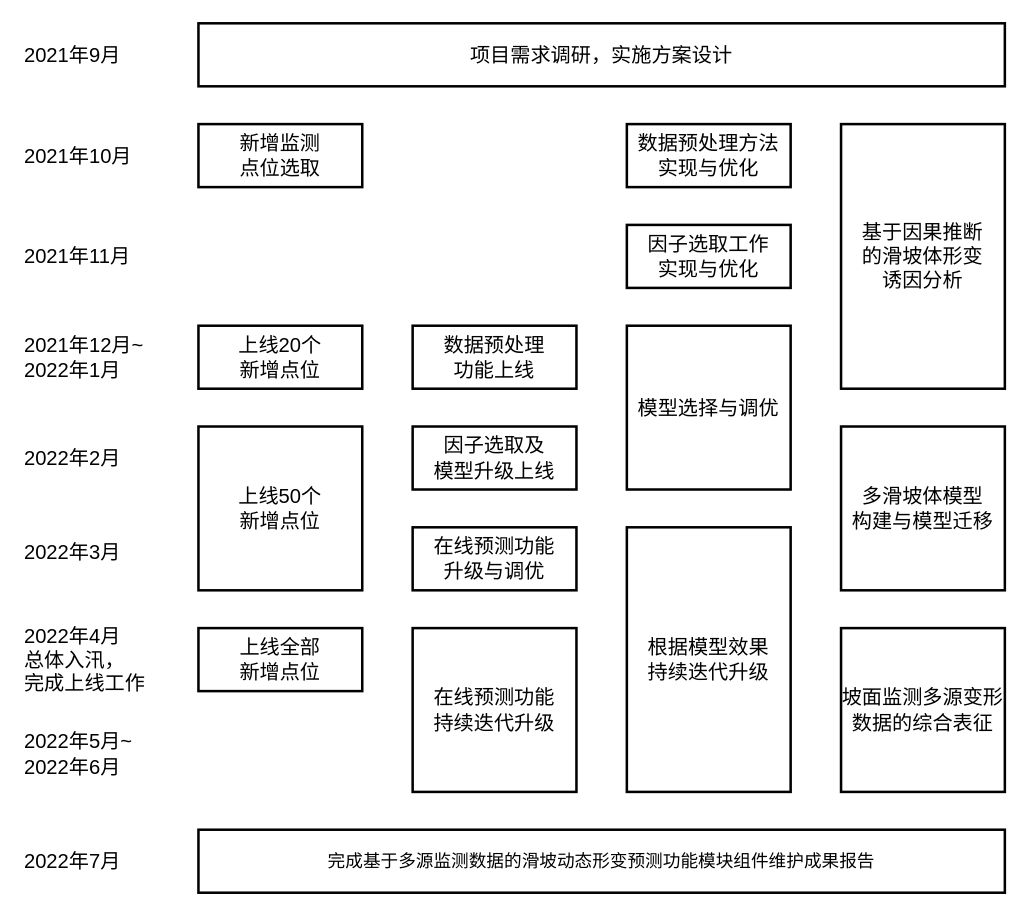
Before: LandslideSchedule.drawio in coconutn256/studyFiles, a draw.io diagram. Source tidied: cells renumbered, new cells numbered last; positions are measured from the earlier drawing's top-left corner, leaving out a move shared by most shapes. Both pictures are drawn from the tidied source at 126%, with x=0, y=0 at pixel (21, 23).
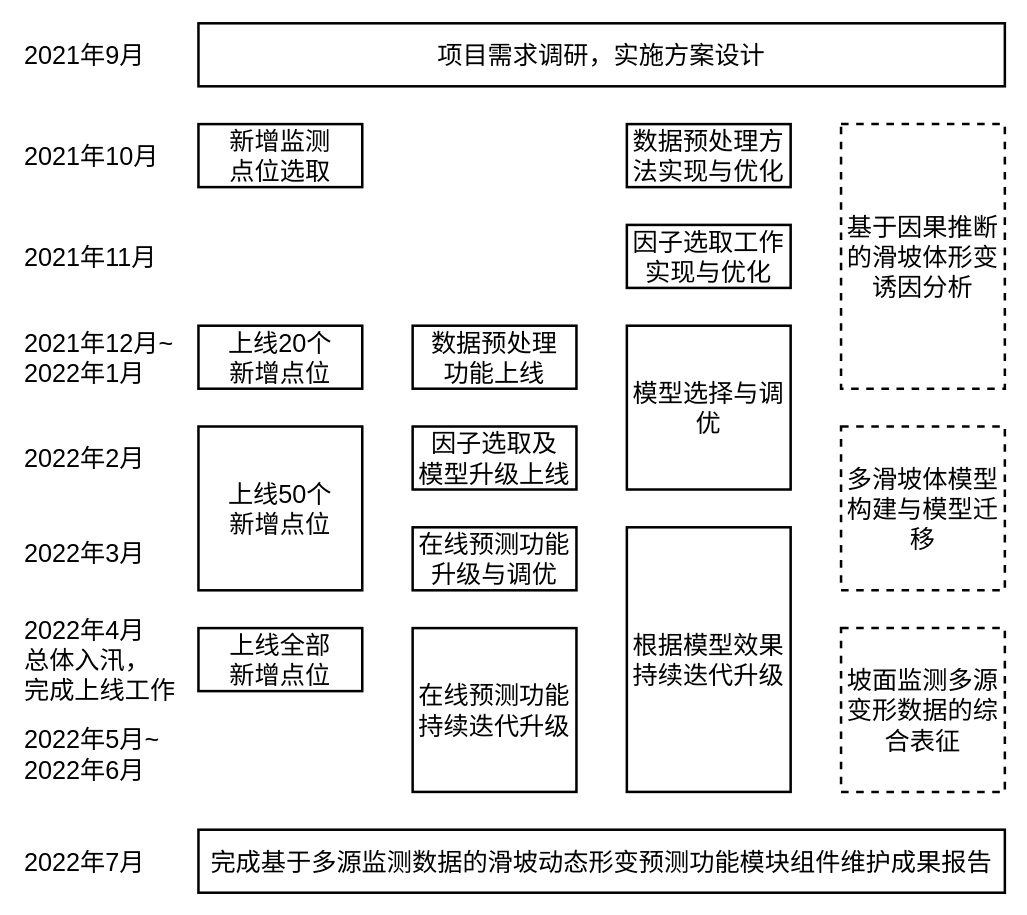
The same diagram, later.

The edit, as a diff of the source:
```diff
@@
-    <mxCell id="2" value="&lt;font style=&quot;font-size: 16px&quot;&gt;项目需求调研，实施方案设计&lt;/font&gt;" style="rounded=0;whiteSpace=wrap;html=1;absoluteArcSize=1;arcSize=14;strokeWidth=2;" parent="1" vertex="1">
+    <mxCell id="2" value="&lt;font style=&quot;font-size: 20px;&quot;&gt;项目需求调研，实施方案设计&lt;/font&gt;" style="rounded=0;whiteSpace=wrap;html=1;absoluteArcSize=1;arcSize=14;strokeWidth=2;fontSize=20;" parent="1" vertex="1">
       <mxGeometry x="140" width="640" height="50" as="geometry" />
     </mxCell>
-    <mxCell id="3" value="&lt;span style=&quot;font-size: 16px&quot;&gt;新增监测&lt;br&gt;点位选取&lt;/span&gt;" style="rounded=0;whiteSpace=wrap;html=1;absoluteArcSize=1;arcSize=14;strokeWidth=2;" parent="1" vertex="1">
+    <mxCell id="3" value="&lt;span style=&quot;font-size: 20px;&quot;&gt;新增监测&lt;br style=&quot;font-size: 20px;&quot;&gt;点位选取&lt;/span&gt;" style="rounded=0;whiteSpace=wrap;html=1;absoluteArcSize=1;arcSize=14;strokeWidth=2;fontSize=20;" parent="1" vertex="1">
       <mxGeometry x="140" y="80" width="130" height="50" as="geometry" />
     </mxCell>
-    <mxCell id="4" value="&lt;span style=&quot;font-size: 16px&quot;&gt;数据预处理方法&lt;br&gt;实现与优化&lt;/span&gt;" style="rounded=0;whiteSpace=wrap;html=1;absoluteArcSize=1;arcSize=14;strokeWidth=2;" parent="1" vertex="1">
+    <mxCell id="4" value="&lt;span style=&quot;font-size: 20px&quot;&gt;数据预处理方法实现与优化&lt;/span&gt;" style="rounded=0;whiteSpace=wrap;html=1;absoluteArcSize=1;arcSize=14;strokeWidth=2;fontSize=20;" parent="1" vertex="1">
       <mxGeometry x="480" y="80" width="130" height="50" as="geometry" />
     </mxCell>
-    <mxCell id="5" value="&lt;span style=&quot;font-size: 16px&quot;&gt;因子选取工作&lt;br&gt;实现与优化&lt;/span&gt;" style="rounded=0;whiteSpace=wrap;html=1;absoluteArcSize=1;arcSize=14;strokeWidth=2;" parent="1" vertex="1">
+    <mxCell id="5" value="&lt;span style=&quot;font-size: 20px;&quot;&gt;因子选取工作&lt;br style=&quot;font-size: 20px;&quot;&gt;实现与优化&lt;/span&gt;" style="rounded=0;whiteSpace=wrap;html=1;absoluteArcSize=1;arcSize=14;strokeWidth=2;fontSize=20;" parent="1" vertex="1">
       <mxGeometry x="480" y="160" width="130" height="50" as="geometry" />
     </mxCell>
-    <mxCell id="6" value="&lt;span style=&quot;font-size: 16px&quot;&gt;模型选择与调优&lt;/span&gt;" style="rounded=0;whiteSpace=wrap;html=1;absoluteArcSize=1;arcSize=14;strokeWidth=2;" parent="1" vertex="1">
+    <mxCell id="6" value="&lt;span style=&quot;font-size: 20px;&quot;&gt;模型选择与调优&lt;/span&gt;" style="rounded=0;whiteSpace=wrap;html=1;absoluteArcSize=1;arcSize=14;strokeWidth=2;fontSize=20;" parent="1" vertex="1">
       <mxGeometry x="480" y="240" width="130" height="130" as="geometry" />
     </mxCell>
-    <mxCell id="7" value="&lt;span style=&quot;font-size: 16px&quot;&gt;上线20个&lt;br&gt;新增点位&lt;/span&gt;" style="rounded=0;whiteSpace=wrap;html=1;absoluteArcSize=1;arcSize=14;strokeWidth=2;" parent="1" vertex="1">
+    <mxCell id="7" value="&lt;span style=&quot;font-size: 20px;&quot;&gt;上线20个&lt;br style=&quot;font-size: 20px;&quot;&gt;新增点位&lt;/span&gt;" style="rounded=0;whiteSpace=wrap;html=1;absoluteArcSize=1;arcSize=14;strokeWidth=2;fontSize=20;" parent="1" vertex="1">
       <mxGeometry x="140" y="240" width="130" height="50" as="geometry" />
     </mxCell>
-    <mxCell id="8" value="&lt;span style=&quot;font-size: 16px&quot;&gt;数据预处理&lt;br&gt;功能上线&lt;/span&gt;" style="rounded=0;whiteSpace=wrap;html=1;absoluteArcSize=1;arcSize=14;strokeWidth=2;" parent="1" vertex="1">
+    <mxCell id="8" value="&lt;span style=&quot;font-size: 20px;&quot;&gt;数据预处理&lt;br style=&quot;font-size: 20px;&quot;&gt;功能上线&lt;/span&gt;" style="rounded=0;whiteSpace=wrap;html=1;absoluteArcSize=1;arcSize=14;strokeWidth=2;fontSize=20;" parent="1" vertex="1">
       <mxGeometry x="310" y="240" width="130" height="50" as="geometry" />
     </mxCell>
-    <mxCell id="9" value="&lt;span style=&quot;font-size: 16px&quot;&gt;因子选取及&lt;br&gt;模型升级上线&lt;br&gt;&lt;/span&gt;" style="rounded=0;whiteSpace=wrap;html=1;absoluteArcSize=1;arcSize=14;strokeWidth=2;" parent="1" vertex="1">
+    <mxCell id="9" value="&lt;span style=&quot;font-size: 20px;&quot;&gt;因子选取及&lt;br style=&quot;font-size: 20px;&quot;&gt;模型升级上线&lt;br style=&quot;font-size: 20px;&quot;&gt;&lt;/span&gt;" style="rounded=0;whiteSpace=wrap;html=1;absoluteArcSize=1;arcSize=14;strokeWidth=2;fontSize=20;" parent="1" vertex="1">
       <mxGeometry x="310" y="320" width="130" height="50" as="geometry" />
     </mxCell>
-    <mxCell id="10" value="&lt;span style=&quot;font-size: 16px&quot;&gt;上线50个&lt;br&gt;新增点位&lt;/span&gt;" style="rounded=0;whiteSpace=wrap;html=1;absoluteArcSize=1;arcSize=14;strokeWidth=2;" parent="1" vertex="1">
+    <mxCell id="10" value="&lt;span style=&quot;font-size: 20px;&quot;&gt;上线50个&lt;br style=&quot;font-size: 20px;&quot;&gt;新增点位&lt;/span&gt;" style="rounded=0;whiteSpace=wrap;html=1;absoluteArcSize=1;arcSize=14;strokeWidth=2;fontSize=20;" parent="1" vertex="1">
       <mxGeometry x="140" y="320" width="130" height="130" as="geometry" />
     </mxCell>
-    <mxCell id="11" value="&lt;span style=&quot;font-size: 16px&quot;&gt;根据模型效果&lt;br&gt;持续迭代升级&lt;br&gt;&lt;/span&gt;" style="rounded=0;whiteSpace=wrap;html=1;absoluteArcSize=1;arcSize=14;strokeWidth=2;" parent="1" vertex="1">
+    <mxCell id="11" value="&lt;span style=&quot;font-size: 20px;&quot;&gt;根据模型效果&lt;br style=&quot;font-size: 20px;&quot;&gt;持续迭代升级&lt;br style=&quot;font-size: 20px;&quot;&gt;&lt;/span&gt;" style="rounded=0;whiteSpace=wrap;html=1;absoluteArcSize=1;arcSize=14;strokeWidth=2;fontSize=20;" parent="1" vertex="1">
       <mxGeometry x="480" y="400" width="130" height="210" as="geometry" />
     </mxCell>
-    <mxCell id="12" value="&lt;span style=&quot;font-size: 16px&quot;&gt;上线全部&lt;br&gt;新增点位&lt;/span&gt;" style="rounded=0;whiteSpace=wrap;html=1;absoluteArcSize=1;arcSize=14;strokeWidth=2;" parent="1" vertex="1">
+    <mxCell id="12" value="&lt;span style=&quot;font-size: 20px;&quot;&gt;上线全部&lt;br style=&quot;font-size: 20px;&quot;&gt;新增点位&lt;/span&gt;" style="rounded=0;whiteSpace=wrap;html=1;absoluteArcSize=1;arcSize=14;strokeWidth=2;fontSize=20;" parent="1" vertex="1">
       <mxGeometry x="140" y="480" width="130" height="50" as="geometry" />
     </mxCell>
-    <mxCell id="13" value="&lt;span style=&quot;font-size: 16px&quot;&gt;在线预测功能&lt;br&gt;升级与调优&lt;br&gt;&lt;/span&gt;" style="rounded=0;whiteSpace=wrap;html=1;absoluteArcSize=1;arcSize=14;strokeWidth=2;" parent="1" vertex="1">
+    <mxCell id="13" value="&lt;span style=&quot;font-size: 20px;&quot;&gt;在线预测功能&lt;br style=&quot;font-size: 20px;&quot;&gt;升级与调优&lt;br style=&quot;font-size: 20px;&quot;&gt;&lt;/span&gt;" style="rounded=0;whiteSpace=wrap;html=1;absoluteArcSize=1;arcSize=14;strokeWidth=2;fontSize=20;" parent="1" vertex="1">
       <mxGeometry x="310" y="400" width="130" height="50" as="geometry" />
     </mxCell>
-    <mxCell id="14" value="&lt;span style=&quot;font-size: 16px&quot;&gt;在线预测功能&lt;br&gt;持续迭代升级&lt;br&gt;&lt;/span&gt;" style="rounded=0;whiteSpace=wrap;html=1;absoluteArcSize=1;arcSize=14;strokeWidth=2;" parent="1" vertex="1">
+    <mxCell id="14" value="&lt;span style=&quot;font-size: 20px;&quot;&gt;在线预测功能&lt;br style=&quot;font-size: 20px;&quot;&gt;持续迭代升级&lt;br style=&quot;font-size: 20px;&quot;&gt;&lt;/span&gt;" style="rounded=0;whiteSpace=wrap;html=1;absoluteArcSize=1;arcSize=14;strokeWidth=2;fontSize=20;" parent="1" vertex="1">
       <mxGeometry x="310" y="480" width="130" height="130" as="geometry" />
     </mxCell>
-    <mxCell id="15" value="&lt;span style=&quot;font-size: 16px&quot;&gt;基于因果推断&lt;br&gt;的滑坡体形变&lt;br&gt;诱因分析&lt;/span&gt;" style="rounded=0;whiteSpace=wrap;html=1;absoluteArcSize=1;arcSize=14;strokeWidth=2;" parent="1" vertex="1">
+    <mxCell id="15" value="&lt;span style=&quot;font-size: 20px;&quot;&gt;基于因果推断&lt;br style=&quot;font-size: 20px;&quot;&gt;的滑坡体形变&lt;br style=&quot;font-size: 20px;&quot;&gt;诱因分析&lt;/span&gt;" style="rounded=0;whiteSpace=wrap;html=1;absoluteArcSize=1;arcSize=14;strokeWidth=2;dashed=1;fontSize=20;" parent="1" vertex="1">
       <mxGeometry x="650" y="80" width="130" height="210" as="geometry" />
     </mxCell>
-    <mxCell id="16" value="&lt;span style=&quot;font-size: 10.5pt&quot;&gt;完成基于多源监测数据的滑坡动态形变预测功能模块组件维护成果报告&lt;/span&gt;" style="rounded=0;whiteSpace=wrap;html=1;absoluteArcSize=1;arcSize=14;strokeWidth=2;" parent="1" vertex="1">
+    <mxCell id="16" value="&lt;span style=&quot;font-size: 20px;&quot;&gt;完成基于多源监测数据的滑坡动态形变预测功能模块组件维护成果报告&lt;/span&gt;" style="rounded=0;whiteSpace=wrap;html=1;absoluteArcSize=1;arcSize=14;strokeWidth=2;fontSize=20;" parent="1" vertex="1">
       <mxGeometry x="140" y="640" width="640" height="50" as="geometry" />
     </mxCell>
-    <mxCell id="17" value="&lt;span style=&quot;font-size: 16px&quot;&gt;多滑坡体模型&lt;br&gt;构建与模型迁移&lt;/span&gt;" style="rounded=0;whiteSpace=wrap;html=1;absoluteArcSize=1;arcSize=14;strokeWidth=2;" parent="1" vertex="1">
+    <mxCell id="17" value="&lt;span style=&quot;font-size: 20px;&quot;&gt;多滑坡体模型&lt;br style=&quot;font-size: 20px;&quot;&gt;构建与模型迁移&lt;/span&gt;" style="rounded=0;whiteSpace=wrap;html=1;absoluteArcSize=1;arcSize=14;strokeWidth=2;dashed=1;fontSize=20;" parent="1" vertex="1">
       <mxGeometry x="650" y="320" width="130" height="130" as="geometry" />
     </mxCell>
-    <mxCell id="18" value="&lt;font style=&quot;font-size: 16px&quot;&gt;2021年9月&lt;/font&gt;" style="text;html=1;align=left;verticalAlign=middle;strokeColor=none;fillColor=none;" parent="1" vertex="1">
-      <mxGeometry y="15" width="90" height="20" as="geometry" />
+    <mxCell id="18" value="&lt;font style=&quot;font-size: 20px;&quot;&gt;2021年9月&lt;/font&gt;" style="text;html=1;align=left;verticalAlign=middle;strokeColor=none;fillColor=none;fontSize=20;" parent="1" vertex="1">
+      <mxGeometry y="10" width="110" height="30" as="geometry" />
     </mxCell>
-    <mxCell id="19" value="&lt;font style=&quot;font-size: 16px&quot;&gt;2021年10月&lt;/font&gt;" style="text;html=1;align=left;verticalAlign=middle;strokeColor=none;fillColor=none;" parent="1" vertex="1">
-      <mxGeometry y="95" width="100" height="20" as="geometry" />
+    <mxCell id="19" value="&lt;font style=&quot;font-size: 20px;&quot;&gt;2021年10月&lt;/font&gt;" style="text;html=1;align=left;verticalAlign=middle;strokeColor=none;fillColor=none;fontSize=20;" parent="1" vertex="1">
+      <mxGeometry y="90" width="120" height="30" as="geometry" />
     </mxCell>
-    <mxCell id="20" value="&lt;font style=&quot;font-size: 16px&quot;&gt;2021年11月&lt;/font&gt;" style="text;html=1;align=left;verticalAlign=middle;strokeColor=none;fillColor=none;" parent="1" vertex="1">
-      <mxGeometry y="175" width="100" height="20" as="geometry" />
+    <mxCell id="20" value="&lt;font style=&quot;font-size: 20px;&quot;&gt;2021年11月&lt;/font&gt;" style="text;html=1;align=left;verticalAlign=middle;strokeColor=none;fillColor=none;fontSize=20;" parent="1" vertex="1">
+      <mxGeometry y="170" width="120" height="30" as="geometry" />
     </mxCell>
-    <mxCell id="21" value="&lt;font style=&quot;font-size: 16px&quot;&gt;2021年12月~&lt;br&gt;2022年1月&lt;br&gt;&lt;/font&gt;" style="text;html=1;align=left;verticalAlign=middle;strokeColor=none;fillColor=none;" parent="1" vertex="1">
-      <mxGeometry y="245" width="110" height="40" as="geometry" />
+    <mxCell id="21" value="&lt;font style=&quot;font-size: 20px;&quot;&gt;2021年12月~&lt;br style=&quot;font-size: 20px;&quot;&gt;2022年1月&lt;br style=&quot;font-size: 20px;&quot;&gt;&lt;/font&gt;" style="text;html=1;align=left;verticalAlign=middle;strokeColor=none;fillColor=none;fontSize=20;" parent="1" vertex="1">
+      <mxGeometry y="240" width="130" height="50" as="geometry" />
     </mxCell>
-    <mxCell id="22" value="&lt;font style=&quot;font-size: 16px&quot;&gt;2022年2月&lt;br&gt;&lt;/font&gt;" style="text;html=1;align=left;verticalAlign=middle;strokeColor=none;fillColor=none;" parent="1" vertex="1">
-      <mxGeometry y="335" width="90" height="20" as="geometry" />
+    <mxCell id="22" value="&lt;font style=&quot;font-size: 20px;&quot;&gt;2022年2月&lt;br style=&quot;font-size: 20px;&quot;&gt;&lt;/font&gt;" style="text;html=1;align=left;verticalAlign=middle;strokeColor=none;fillColor=none;fontSize=20;" parent="1" vertex="1">
+      <mxGeometry y="330" width="110" height="30" as="geometry" />
     </mxCell>
-    <mxCell id="23" value="&lt;font style=&quot;font-size: 16px&quot;&gt;2022年3月&lt;br&gt;&lt;/font&gt;" style="text;html=1;align=left;verticalAlign=middle;strokeColor=none;fillColor=none;" parent="1" vertex="1">
-      <mxGeometry y="410" width="90" height="20" as="geometry" />
+    <mxCell id="23" value="&lt;font style=&quot;font-size: 20px;&quot;&gt;2022年3月&lt;br style=&quot;font-size: 20px;&quot;&gt;&lt;/font&gt;" style="text;html=1;align=left;verticalAlign=middle;strokeColor=none;fillColor=none;fontSize=20;" parent="1" vertex="1">
+      <mxGeometry y="405" width="110" height="30" as="geometry" />
     </mxCell>
-    <mxCell id="24" value="&lt;font style=&quot;font-size: 16px&quot;&gt;2022年4月&lt;br&gt;总体入汛，&lt;br&gt;完成上线工作&lt;br&gt;&lt;/font&gt;" style="text;html=1;align=left;verticalAlign=middle;strokeColor=none;fillColor=none;" parent="1" vertex="1">
-      <mxGeometry y="480" width="110" height="50" as="geometry" />
+    <mxCell id="24" value="&lt;font style=&quot;font-size: 20px;&quot;&gt;2022年4月&lt;br style=&quot;font-size: 20px;&quot;&gt;总体入汛，&lt;br style=&quot;font-size: 20px;&quot;&gt;完成上线工作&lt;br style=&quot;font-size: 20px;&quot;&gt;&lt;/font&gt;" style="text;html=1;align=left;verticalAlign=middle;strokeColor=none;fillColor=none;fontSize=20;" parent="1" vertex="1">
+      <mxGeometry y="465" width="140" height="80" as="geometry" />
     </mxCell>
-    <mxCell id="25" value="&lt;font style=&quot;font-size: 16px&quot;&gt;2022年5月~&lt;br&gt;2022年6月&lt;br&gt;&lt;/font&gt;" style="text;html=1;align=left;verticalAlign=middle;strokeColor=none;fillColor=none;" parent="1" vertex="1">
-      <mxGeometry y="560" width="100" height="40" as="geometry" />
+    <mxCell id="25" value="&lt;font style=&quot;font-size: 20px;&quot;&gt;2022年5月~&lt;br style=&quot;font-size: 20px;&quot;&gt;2022年6月&lt;br style=&quot;font-size: 20px;&quot;&gt;&lt;/font&gt;" style="text;html=1;align=left;verticalAlign=middle;strokeColor=none;fillColor=none;fontSize=20;" parent="1" vertex="1">
+      <mxGeometry y="555" width="120" height="50" as="geometry" />
     </mxCell>
-    <mxCell id="26" value="&lt;font style=&quot;font-size: 16px&quot;&gt;2022年7月&lt;br&gt;&lt;/font&gt;" style="text;html=1;align=left;verticalAlign=middle;strokeColor=none;fillColor=none;" parent="1" vertex="1">
-      <mxGeometry y="655" width="90" height="20" as="geometry" />
+    <mxCell id="26" value="&lt;font style=&quot;font-size: 20px;&quot;&gt;2022年7月&lt;br style=&quot;font-size: 20px;&quot;&gt;&lt;/font&gt;" style="text;html=1;align=left;verticalAlign=middle;strokeColor=none;fillColor=none;fontSize=20;" parent="1" vertex="1">
+      <mxGeometry y="650" width="110" height="30" as="geometry" />
     </mxCell>
-    <mxCell id="27" value="&lt;font style=&quot;font-size: 16px&quot;&gt;坡面监测多源变形数据的综合表征&lt;/font&gt;" style="rounded=0;whiteSpace=wrap;html=1;absoluteArcSize=1;arcSize=14;strokeWidth=2;" parent="1" vertex="1">
+    <mxCell id="27" value="&lt;font style=&quot;font-size: 20px;&quot;&gt;坡面监测多源变形数据的综合表征&lt;/font&gt;" style="rounded=0;whiteSpace=wrap;html=1;absoluteArcSize=1;arcSize=14;strokeWidth=2;dashed=1;fontSize=20;" parent="1" vertex="1">
       <mxGeometry x="650" y="480" width="130" height="130" as="geometry" />
     </mxCell>
```
